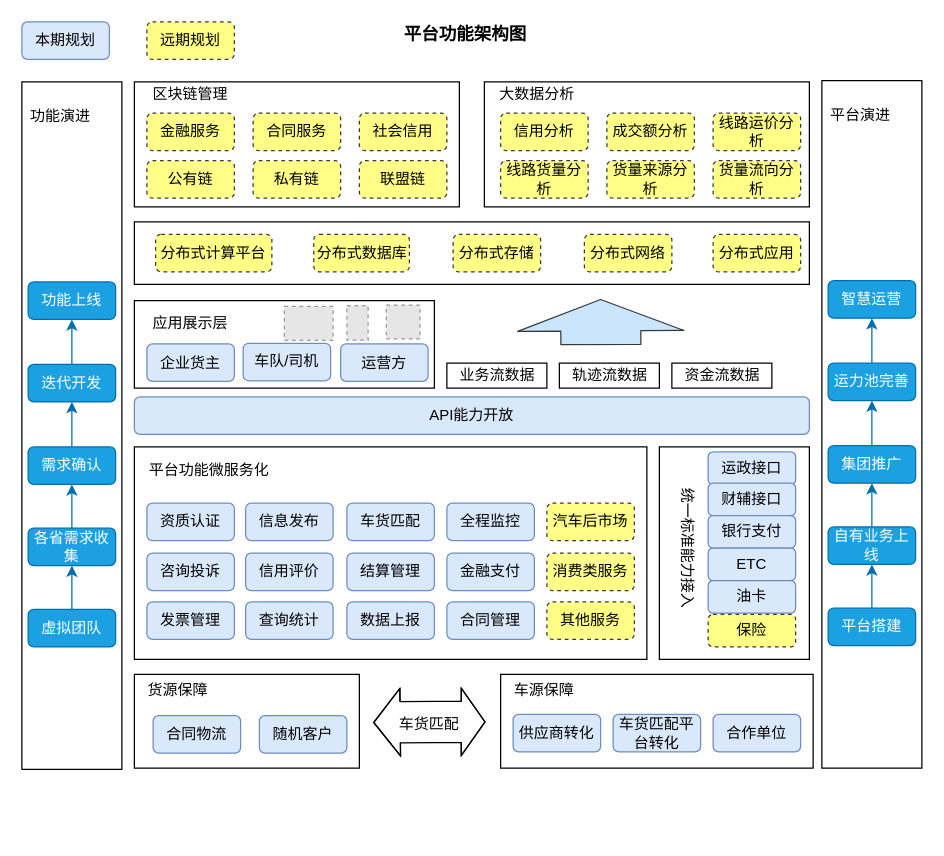
The draw.io diagram 平台业务架构.drawio in chenyibang/rdpwrap, before the edit. Source tidied: cells renumbered, new cells numbered last; positions are measured from the earlier drawing's top-left corner, leaving out a move shared by most shapes. Both pictures are drawn from the tidied source at 125%, with x=0, y=0 at pixel (21, 21). Pictures stored in the file or linked from it are replaced by grey dashed boxes.
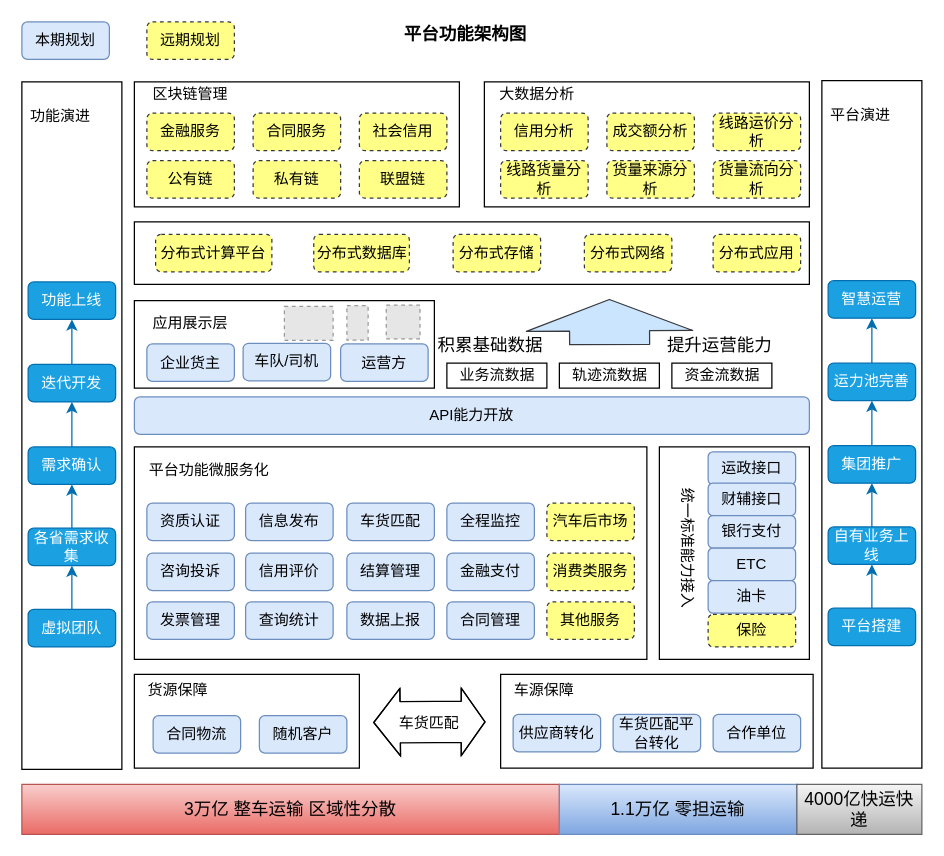
After the change.

Commit message:
更新平台业务架构.drawio

Change to the diagram source:
```diff
@@
     <mxCell id="27" value="车货匹配" style="text;html=1;strokeColor=none;fillColor=none;align=center;verticalAlign=middle;whiteSpace=wrap;rounded=0;" parent="1" vertex="1">
-      <mxGeometry x="299" y="552" width="54" height="20" as="geometry" />
+      <mxGeometry x="299" y="551" width="54" height="20" as="geometry" />
     </mxCell>
@@
     <mxCell id="55" style="endArrow=classic;html=1;strokeColor=#36393d;shape=flexArrow;endWidth=68;endSize=8.05;width=64;fillColor=#cce5ff;" parent="1" edge="1">
       <mxGeometry relative="1" as="geometry">
-        <mxPoint x="463.2" y="258.6" as="sourcePoint" />
-        <mxPoint x="463" y="221.6" as="targetPoint" />
+        <mxPoint x="470.2" y="258.6" as="sourcePoint" />
+        <mxPoint x="470" y="221.6" as="targetPoint" />
       </mxGeometry>
     </mxCell>
@@
+    <mxCell id="99" value="积累基础数据" style="text;html=1;strokeColor=none;fillColor=none;align=center;verticalAlign=middle;whiteSpace=wrap;rounded=0;fontSize=14;" parent="1" vertex="1">
+      <mxGeometry x="325" y="249" width="100" height="20" as="geometry" />
+    </mxCell>
+    <mxCell id="100" value="提升运营能力" style="text;html=1;align=center;verticalAlign=middle;fontSize=14;" parent="1" vertex="1">
+      <mxGeometry x="508.2" y="249" width="100" height="20" as="geometry" />
+    </mxCell>
+    <mxCell id="101" value="3万亿 整车运输 区域性分散" style="rounded=0;whiteSpace=wrap;html=1;strokeColor=#b85450;strokeWidth=1;fontSize=14;fillColor=#f8cecc;gradientColor=#ea6b66;" parent="1" vertex="1">
+      <mxGeometry y="610" width="430" height="40" as="geometry" />
+    </mxCell>
+    <mxCell id="102" value="1.1万亿 零担运输" style="rounded=0;whiteSpace=wrap;html=1;strokeColor=#6c8ebf;strokeWidth=1;fontSize=14;fillColor=#dae8fc;gradientColor=#7ea6e0;" parent="1" vertex="1">
+      <mxGeometry x="430" y="610" width="190" height="40" as="geometry" />
+    </mxCell>
+    <mxCell id="103" value="4000亿快运快递" style="rounded=0;whiteSpace=wrap;html=1;strokeColor=#666666;strokeWidth=1;fontSize=14;fillColor=#f5f5f5;gradientColor=#b3b3b3;" parent="1" vertex="1">
+      <mxGeometry x="620" y="610" width="100" height="40" as="geometry" />
+    </mxCell>
```
